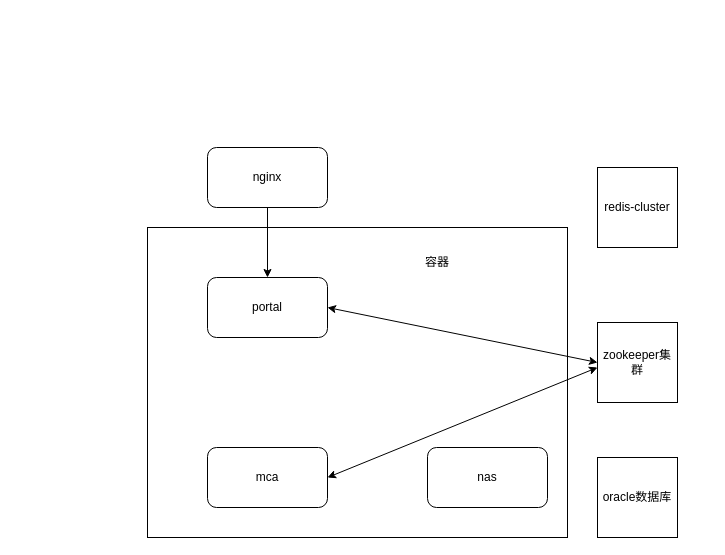
Earlier version of the draw.io diagram 2.drawio (xianyuenan/Testgit). Source tidied: cells renumbered, new cells numbered last; positions are measured from the earlier drawing's top-left corner, leaving out a move shared by most shapes. Both pictures are drawn from the tidied source at 100%, with x=0, y=0 at pixel (147, 147).
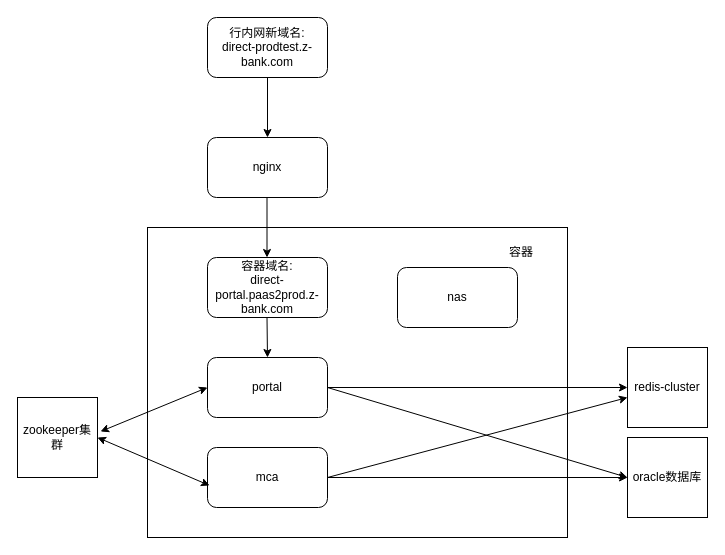
After the change.

Unchanged cells that the change refers to:
```xml
<mxCell id="5" value="mca" style="rounded=1;whiteSpace=wrap;html=1;" parent="1" vertex="1">
  <mxGeometry x="60" y="300" width="120" height="60" as="geometry" />
</mxCell>
```

Change to the diagram source:
```diff
@@
     <mxCell id="3" value="nginx" style="rounded=1;whiteSpace=wrap;html=1;" parent="1" vertex="1">
-      <mxGeometry x="60" width="120" height="60" as="geometry" />
+      <mxGeometry x="60" y="-10" width="120" height="60" as="geometry" />
     </mxCell>
     <mxCell id="4" value="portal" style="rounded=1;whiteSpace=wrap;html=1;" parent="1" vertex="1">
-      <mxGeometry x="60" y="130" width="120" height="60" as="geometry" />
+      <mxGeometry x="60" y="210" width="120" height="60" as="geometry" />
     </mxCell>
@@
     <mxCell id="6" value="redis-cluster" style="whiteSpace=wrap;html=1;" parent="1" vertex="1">
-      <mxGeometry x="450" y="20" width="80" height="80" as="geometry" />
+      <mxGeometry x="480" y="200" width="80" height="80" as="geometry" />
     </mxCell>
     <mxCell id="7" value="zookeeper集群" style="whiteSpace=wrap;html=1;" parent="1" vertex="1">
-      <mxGeometry x="450" y="175" width="80" height="80" as="geometry" />
+      <mxGeometry x="-130" y="250" width="80" height="80" as="geometry" />
     </mxCell>
     <mxCell id="8" value="oracle数据库" style="whiteSpace=wrap;html=1;" parent="1" vertex="1">
-      <mxGeometry x="450" y="310" width="80" height="80" as="geometry" />
+      <mxGeometry x="480" y="290" width="80" height="80" as="geometry" />
     </mxCell>
     <mxCell id="9" value="容器" style="text;html=1;strokeColor=none;fillColor=none;align=center;verticalAlign=middle;whiteSpace=wrap;rounded=0;" parent="1" vertex="1">
-      <mxGeometry x="260" y="100" width="60" height="30" as="geometry" />
+      <mxGeometry x="344" y="90" width="60" height="30" as="geometry" />
     </mxCell>
-    <mxCell id="10" style="endArrow=classic;html=1;rounded=0;exitX=0.5;exitY=1;exitDx=0;exitDy=0;" parent="1" edge="1" source="3" target="4">
-      <mxGeometry relative="1" as="geometry" />
-    </mxCell>
-    <mxCell id="11" style="endArrow=classic;startArrow=classic;html=1;rounded=0;exitX=1;exitY=0.5;exitDx=0;exitDy=0;entryX=0;entryY=0.5;entryDx=0;entryDy=0;" parent="1" edge="1" source="4" target="7">
+    <mxCell id="11" style="endArrow=classic;startArrow=classic;html=1;rounded=0;entryX=1.038;entryY=0.425;entryDx=0;entryDy=0;entryPerimeter=0;exitX=0;exitY=0.5;exitDx=0;exitDy=0;" parent="1" edge="1" source="4" target="7">
       <mxGeometry relative="1" as="geometry" />
     </mxCell>
-    <mxCell id="12" style="endArrow=classic;startArrow=classic;html=1;rounded=0;exitX=1;exitY=0.5;exitDx=0;exitDy=0;" parent="1" edge="1" source="5">
-      <mxGeometry relative="1" as="geometry">
-        <mxPoint x="450" y="220" as="targetPoint" />
-      </mxGeometry>
-    </mxCell>
     <mxCell id="13" value="nas" style="rounded=1;whiteSpace=wrap;html=1;" parent="1" vertex="1">
-      <mxGeometry x="280" y="300" width="120" height="60" as="geometry" />
+      <mxGeometry x="250" y="120" width="120" height="60" as="geometry" />
     </mxCell>
+    <mxCell id="14" style="endArrow=classic;startArrow=classic;html=1;rounded=0;entryX=0.017;entryY=0.633;entryDx=0;entryDy=0;entryPerimeter=0;exitX=1;exitY=0.5;exitDx=0;exitDy=0;" parent="1" edge="1" source="7" target="5">
+      <mxGeometry relative="1" as="geometry" />
+    </mxCell>
+    <mxCell id="15" value="容器域名:&lt;br&gt;direct-portal.paas2prod.z-bank.com" style="rounded=1;whiteSpace=wrap;html=1;" parent="1" vertex="1">
+      <mxGeometry x="60" y="110" width="120" height="60" as="geometry" />
+    </mxCell>
+    <mxCell id="16" value="行内网新域名:&lt;br&gt;direct-prodtest.z-bank.com" style="rounded=1;whiteSpace=wrap;html=1;" parent="1" vertex="1">
+      <mxGeometry x="60" y="-130" width="120" height="60" as="geometry" />
+    </mxCell>
+    <mxCell id="17" style="endArrow=classic;html=1;rounded=0;entryX=0.5;entryY=0;entryDx=0;entryDy=0;exitX=0.5;exitY=1;exitDx=0;exitDy=0;" parent="1" edge="1" source="16" target="3">
+      <mxGeometry relative="1" as="geometry" />
+    </mxCell>
+    <mxCell id="18" style="endArrow=classic;html=1;rounded=0;entryX=0.5;entryY=0;entryDx=0;entryDy=0;exitX=0.5;exitY=1;exitDx=0;exitDy=0;" parent="1" edge="1">
+      <mxGeometry relative="1" as="geometry">
+        <mxPoint x="119.5" y="50" as="sourcePoint" />
+        <mxPoint x="119.5" y="110" as="targetPoint" />
+      </mxGeometry>
+    </mxCell>
+    <mxCell id="19" style="endArrow=classic;html=1;rounded=0;exitX=1;exitY=0.5;exitDx=0;exitDy=0;entryX=0;entryY=0.5;entryDx=0;entryDy=0;" parent="1" edge="1" source="4" target="6">
+      <mxGeometry relative="1" as="geometry" />
+    </mxCell>
+    <mxCell id="20" style="endArrow=classic;html=1;rounded=0;exitX=1;exitY=0.5;exitDx=0;exitDy=0;entryX=0;entryY=0.5;entryDx=0;entryDy=0;" parent="1" edge="1" source="4" target="8">
+      <mxGeometry relative="1" as="geometry" />
+    </mxCell>
+    <mxCell id="21" style="endArrow=classic;html=1;rounded=0;exitX=1;exitY=0.5;exitDx=0;exitDy=0;entryX=0;entryY=0.625;entryDx=0;entryDy=0;entryPerimeter=0;" parent="1" edge="1" source="5" target="6">
+      <mxGeometry relative="1" as="geometry" />
+    </mxCell>
+    <mxCell id="22" style="endArrow=classic;html=1;rounded=0;entryX=0;entryY=0.5;entryDx=0;entryDy=0;" parent="1" edge="1" target="8">
+      <mxGeometry relative="1" as="geometry">
+        <mxPoint x="180" y="330" as="sourcePoint" />
+      </mxGeometry>
+    </mxCell>
+    <mxCell id="23" style="endArrow=classic;html=1;rounded=0;exitX=0.5;exitY=1;exitDx=0;exitDy=0;" parent="1" edge="1">
+      <mxGeometry relative="1" as="geometry">
+        <mxPoint x="119.5" y="170" as="sourcePoint" />
+        <mxPoint x="120" y="210" as="targetPoint" />
+      </mxGeometry>
+    </mxCell>
```
